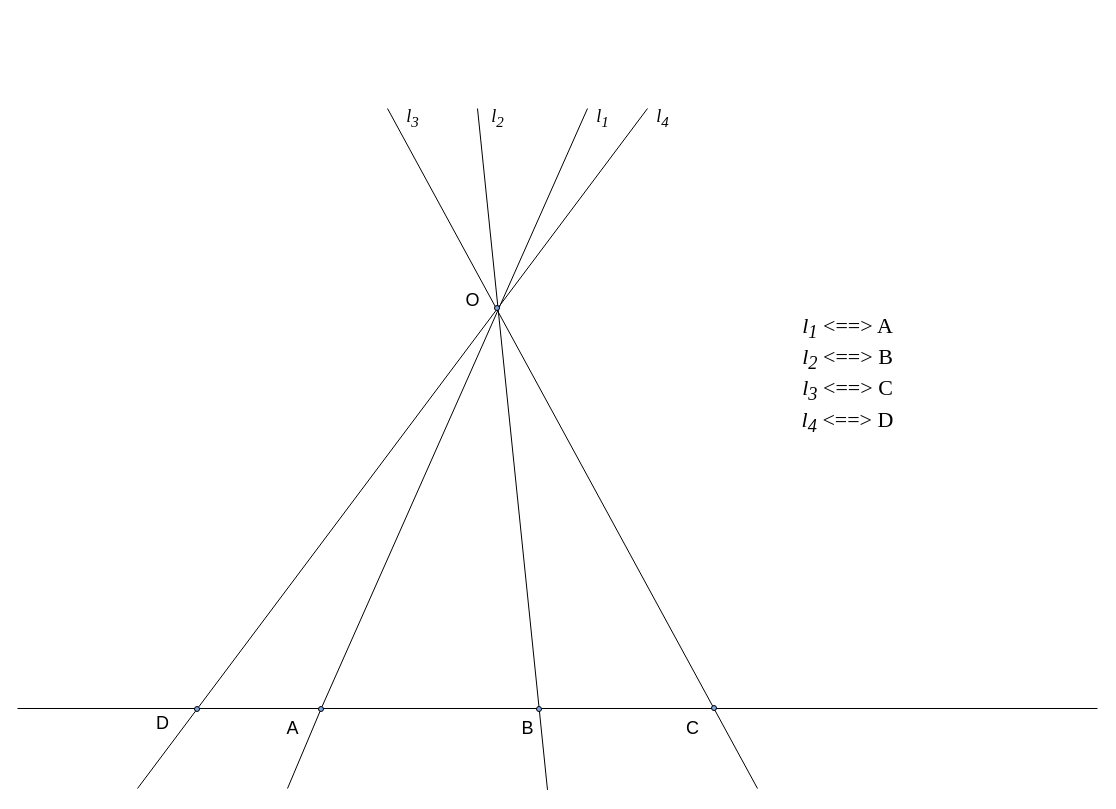
This is page "p05" (5 of 23) of slides/proj.drawio from amcp-pit/geom_course, a draw.io file, before an edit. Source tidied: cells renumbered, new cells numbered last; positions are measured from the earlier drawing's top-left corner, leaving out a move shared by most shapes. Both pictures are drawn from the tidied source at 100%, with x=0, y=0 at pixel (17, 103).
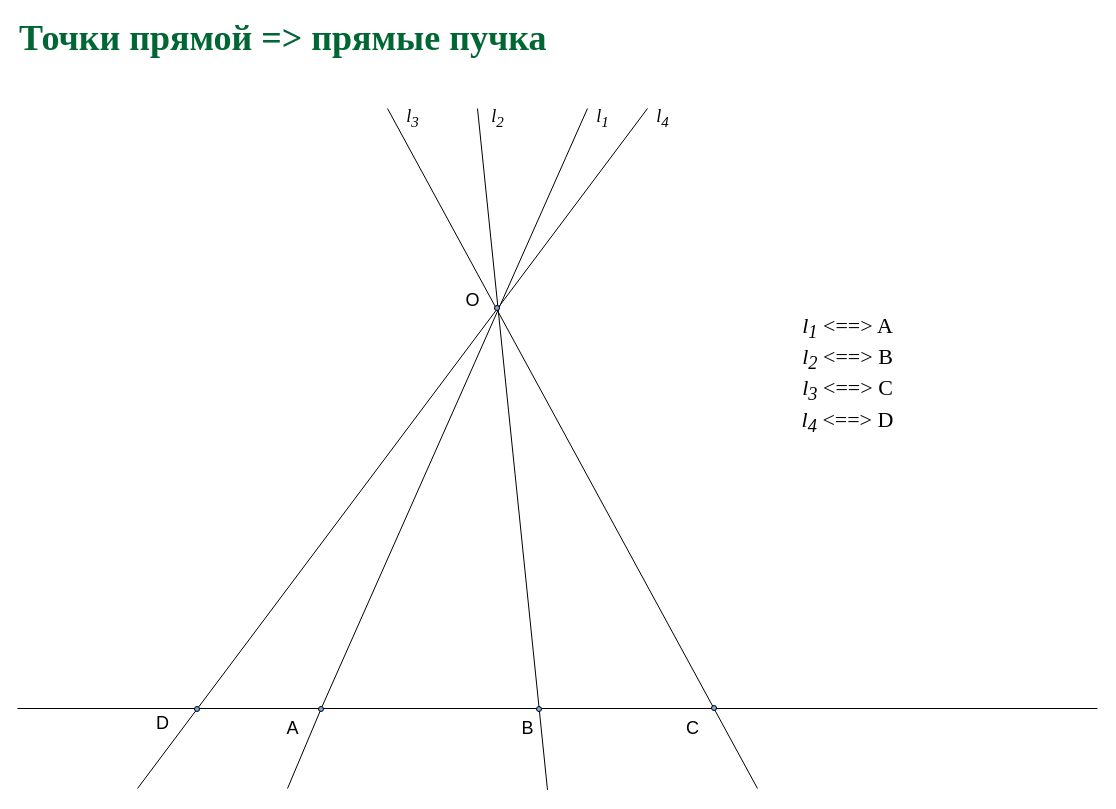
After the change.

Change to the diagram source:
```diff
@@
+    <mxCell id="23" value="&lt;font color=&quot;#006633&quot; face=&quot;garamond&quot;&gt;&lt;span style=&quot;font-size: 36px&quot;&gt;&lt;b&gt;Точки прямой =&amp;gt;&lt;/b&gt;&lt;/span&gt;&lt;/font&gt;&lt;font color=&quot;#006633&quot; face=&quot;garamond&quot;&gt;&lt;span style=&quot;font-size: 36px&quot;&gt;&lt;b&gt;&amp;nbsp;прямые пучка&lt;/b&gt;&lt;/span&gt;&lt;/font&gt;" style="text;html=1;align=left;verticalAlign=middle;whiteSpace=wrap;rounded=0;" parent="1" vertex="1">
+      <mxGeometry y="-75" width="920" height="20" as="geometry" />
+    </mxCell>
```
